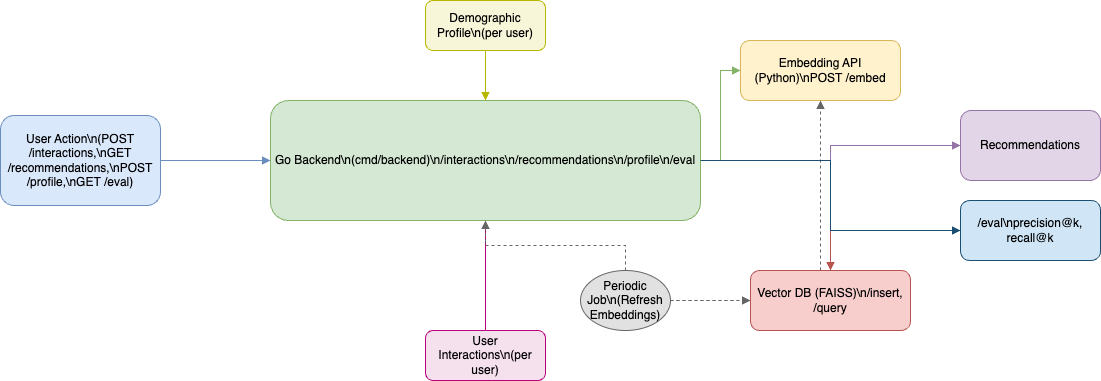
This is docs/arquitetura.drawio.png from lorenaziviani/affinity_mind, a draw.io export, as it was before one commit. Source tidied: cells renumbered, new cells last; positions are measured from the earlier drawing's top-left corner, leaving out a move shared by most shapes.
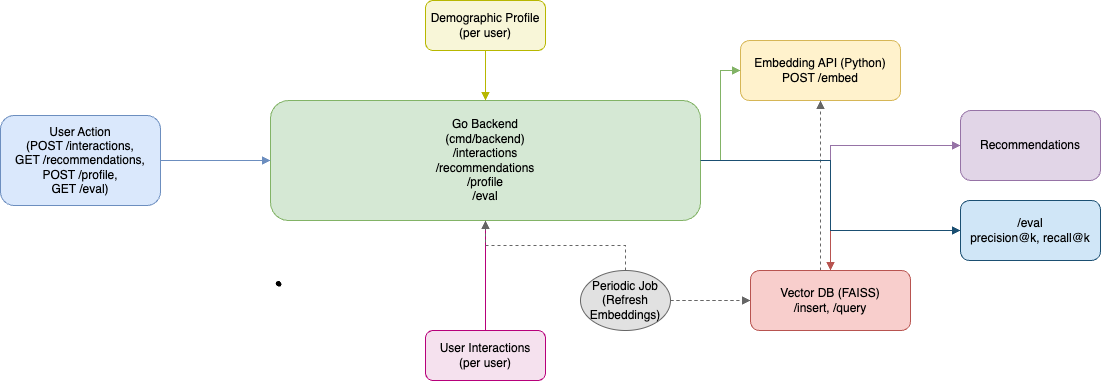
After the change.

Diff of the diagram source:
```diff
@@ -2,13 +2,13 @@
   <root>
     <mxCell id="0" />
     <mxCell id="1" parent="0" />
-    <mxCell id="2" value="User Action\n(POST /interactions,\nGET /recommendations,\nPOST /profile,\nGET /eval)" style="rounded=1;whiteSpace=wrap;html=1;fillColor=#dae8fc;strokeColor=#6c8ebf;" parent="1" vertex="1">
+    <mxCell id="2" value="User Action&lt;div&gt;(POST /interactions,&lt;/div&gt;&lt;div&gt;GET /recommendations,&lt;/div&gt;&lt;div&gt;POST /profile,&lt;/div&gt;&lt;div&gt;GET /eval)&lt;/div&gt;" style="rounded=1;whiteSpace=wrap;html=1;fillColor=#dae8fc;strokeColor=#6c8ebf;" parent="1" vertex="1">
       <mxGeometry y="115" width="160" height="90" as="geometry" />
     </mxCell>
-    <mxCell id="3" value="Go Backend\n(cmd/backend)\n/interactions\n/recommendations\n/profile\n/eval" style="rounded=1;whiteSpace=wrap;html=1;fillColor=#d5e8d4;strokeColor=#82b366;" parent="1" vertex="1">
+    <mxCell id="3" value="Go Backend&lt;div&gt;(cmd/backend)&lt;div&gt;/interactions&lt;/div&gt;&lt;div&gt;/recommendations&lt;/div&gt;&lt;div&gt;/profile&lt;/div&gt;&lt;div&gt;/eval&lt;/div&gt;&lt;/div&gt;" style="rounded=1;whiteSpace=wrap;html=1;fillColor=#d5e8d4;strokeColor=#82b366;" parent="1" vertex="1">
       <mxGeometry x="270" y="100" width="430" height="120" as="geometry" />
     </mxCell>
-    <mxCell id="4" value="Embedding API (Python)\nPOST /embed" style="rounded=1;whiteSpace=wrap;html=1;fillColor=#fff2cc;strokeColor=#d6b656;" parent="1" vertex="1">
+    <mxCell id="4" value="Embedding API (Python)&lt;div&gt;POST /embed&lt;/div&gt;" style="rounded=1;whiteSpace=wrap;html=1;fillColor=#fff2cc;strokeColor=#d6b656;" parent="1" vertex="1">
       <mxGeometry x="740" y="40" width="160" height="60" as="geometry" />
     </mxCell>
     <mxCell id="5" value="Recommendations" style="rounded=1;whiteSpace=wrap;html=1;fillColor=#e1d5e7;strokeColor=#9673a6;" parent="1" vertex="1">
@@ -26,16 +26,16 @@
     <mxCell id="9" style="edgeStyle=orthogonalEdgeStyle;rounded=0;jettySize=auto;html=1;endArrow=block;endFill=1;strokeColor=#9673a6;" parent="1" edge="1" source="3" target="5">
       <mxGeometry relative="1" as="geometry" />
     </mxCell>
-    <mxCell id="10" value="Demographic Profile\n(per user)" style="rounded=1;whiteSpace=wrap;html=1;fillColor=#f8f6d8;strokeColor=#b7b700;" parent="1" vertex="1">
+    <mxCell id="10" value="Demographic Profile&lt;div&gt;(per user)&lt;/div&gt;" style="rounded=1;whiteSpace=wrap;html=1;fillColor=#f8f6d8;strokeColor=#b7b700;" parent="1" vertex="1">
       <mxGeometry x="425" width="120" height="50" as="geometry" />
     </mxCell>
-    <mxCell id="11" value="User Interactions\n(per user)" style="rounded=1;whiteSpace=wrap;html=1;fillColor=#f5e1ee;strokeColor=#b7007a;" parent="1" vertex="1">
+    <mxCell id="11" value="User Interactions&lt;div&gt;(per user)&lt;/div&gt;" style="rounded=1;whiteSpace=wrap;html=1;fillColor=#f5e1ee;strokeColor=#b7007a;" parent="1" vertex="1">
       <mxGeometry x="425" y="330" width="120" height="50" as="geometry" />
     </mxCell>
-    <mxCell id="12" value="Periodic Job\n(Refresh Embeddings)" style="ellipse;whiteSpace=wrap;html=1;fillColor=#e1e1e1;strokeColor=#666666;" parent="1" vertex="1">
+    <mxCell id="12" value="Periodic Job&lt;div&gt;(Refresh Embeddings)&lt;/div&gt;" style="ellipse;whiteSpace=wrap;html=1;fillColor=#e1e1e1;strokeColor=#666666;" parent="1" vertex="1">
       <mxGeometry x="580" y="270" width="90" height="60" as="geometry" />
     </mxCell>
-    <mxCell id="13" value="/eval\nprecision@k, recall@k" style="rounded=1;whiteSpace=wrap;html=1;fillColor=#d0e6f7;strokeColor=#1b4f72;" parent="1" vertex="1">
+    <mxCell id="13" value="/eval&lt;div&gt;precision@k, recall@k&lt;/div&gt;" style="rounded=1;whiteSpace=wrap;html=1;fillColor=#d0e6f7;strokeColor=#1b4f72;" parent="1" vertex="1">
       <mxGeometry x="960" y="200" width="140" height="60" as="geometry" />
     </mxCell>
     <mxCell id="14" style="edgeStyle=orthogonalEdgeStyle;rounded=0;jettySize=auto;html=1;endArrow=block;endFill=1;strokeColor=#b7b700;" parent="1" edge="1" source="10" target="3">
@@ -56,8 +56,11 @@
     <mxCell id="19" style="edgeStyle=orthogonalEdgeStyle;rounded=0;jettySize=auto;html=1;endArrow=block;endFill=1;strokeColor=#1b4f72;" parent="1" edge="1" source="3" target="13">
       <mxGeometry relative="1" as="geometry" />
     </mxCell>
-    <mxCell id="20" value="Vector DB (FAISS)\n/insert, /query" style="rounded=1;whiteSpace=wrap;html=1;fillColor=#f8cecc;strokeColor=#b85450;" parent="1" vertex="1">
+    <mxCell id="20" value="Vector DB (FAISS)&lt;div&gt;/insert, /query&lt;/div&gt;" style="rounded=1;whiteSpace=wrap;html=1;fillColor=#f8cecc;strokeColor=#b85450;" parent="1" vertex="1">
       <mxGeometry x="750" y="270" width="160" height="60" as="geometry" />
     </mxCell>
+    <mxCell id="21" style="shape=(stored shape, 640 characters);lineShape=1;strokeColor=default;" parent="1" vertex="1">
+      <mxGeometry x="275.9" y="280.9" width="4.7" height="4.7" as="geometry" />
+    </mxCell>
   </root>
 </mxGraphModel>
```
